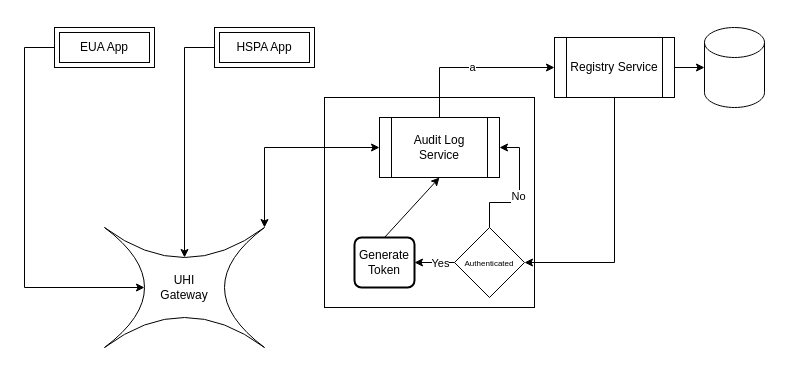
Earlier version of the draw.io diagram Untitled Diagram.drawio (maddy23285/RomanianCoderExamples). Source tidied: cells renumbered, new cells numbered last; positions are measured from the earlier drawing's top-left corner, leaving out a move shared by most shapes. Both pictures are drawn from the tidied source at 100%, with x=0, y=0 at pixel (24, 27).
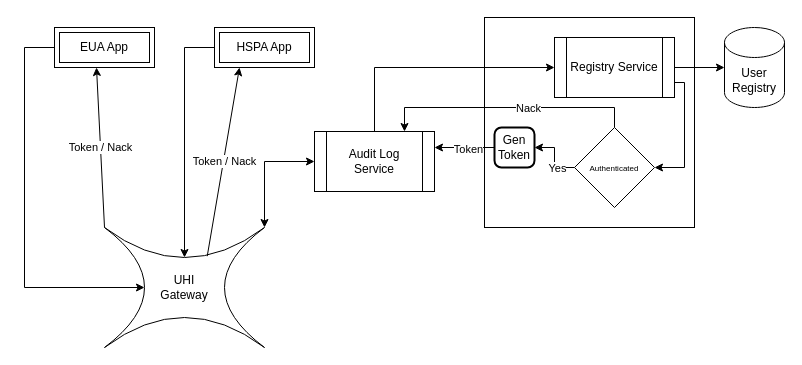
Above is the later version.

The change refers to these unchanged cells:
```xml
<mxCell id="4" value="UHI&lt;br&gt;Gateway" style="shape=switch;whiteSpace=wrap;html=1;" parent="1" vertex="1">
  <mxGeometry x="80" y="200" width="160" height="120" as="geometry" />
</mxCell>
<mxCell id="7" value="HSPA App" style="shape=ext;margin=3;double=1;whiteSpace=wrap;html=1;align=center;" parent="1" vertex="1">
  <mxGeometry x="190" width="100" height="40" as="geometry" />
</mxCell>
<mxCell id="11" value="Registry Service" style="shape=process;whiteSpace=wrap;html=1;backgroundOutline=1;" parent="1" vertex="1">
  <mxGeometry x="530" y="10" width="120" height="60" as="geometry" />
</mxCell>
```

Change to the diagram source:
```diff
@@
     <mxCell id="2" style="whiteSpace=wrap;html=1;" parent="1" vertex="1">
-      <mxGeometry x="300" y="70" width="210" height="210" as="geometry" />
+      <mxGeometry x="460" y="-10" width="210" height="210" as="geometry" />
     </mxCell>
-    <mxCell id="3" style="shape=cylinder3;whiteSpace=wrap;html=1;boundedLbl=1;backgroundOutline=1;size=15;" parent="1" vertex="1">
-      <mxGeometry x="680" width="60" height="80" as="geometry" />
+    <mxCell id="3" value="User Registry" style="shape=cylinder3;whiteSpace=wrap;html=1;boundedLbl=1;backgroundOutline=1;size=15;" parent="1" vertex="1">
+      <mxGeometry x="700" width="60" height="80" as="geometry" />
     </mxCell>
@@
     <mxCell id="5" value="Audit Log Service" style="shape=process;whiteSpace=wrap;html=1;backgroundOutline=1;" parent="1" vertex="1">
-      <mxGeometry x="355" y="90" width="120" height="60" as="geometry" />
+      <mxGeometry x="290" y="104" width="120" height="60" as="geometry" />
     </mxCell>
@@
+    <mxCell id="13" style="edgeStyle=orthogonalEdgeStyle;rounded=0;jettySize=auto;html=1;entryX=1;entryY=0.5;entryDx=0;entryDy=0;exitX=1;exitY=0.75;exitDx=0;exitDy=0;" parent="1" edge="1" source="11" target="16">
+      <mxGeometry relative="1" as="geometry">
+        <Array as="points">
+          <mxPoint x="660" y="55" />
+          <mxPoint x="660" y="140" />
+        </Array>
+      </mxGeometry>
+    </mxCell>
@@
-    <mxCell id="12" value="a" style="endArrow=classic;html=1;rounded=0;exitX=0.5;exitY=0;exitDx=0;exitDy=0;entryX=0;entryY=0.5;entryDx=0;entryDy=0;" parent="1" edge="1" source="5" target="11">
+    <mxCell id="12" style="endArrow=classic;html=1;rounded=0;exitX=0.5;exitY=0;exitDx=0;exitDy=0;entryX=0;entryY=0.5;entryDx=0;entryDy=0;" parent="1" edge="1" source="5" target="11">
       <mxGeometry relative="1" as="geometry">
         <Array as="points">
-          <mxPoint x="415" y="40" />
+          <mxPoint x="350" y="40" />
         </Array>
       </mxGeometry>
     </mxCell>
-    <mxCell id="13" style="endArrow=classic;html=1;rounded=0;entryX=1;entryY=0.5;entryDx=0;entryDy=0;exitX=0.5;exitY=1;exitDx=0;exitDy=0;" parent="1" edge="1" source="11" target="16">
-      <mxGeometry relative="1" as="geometry">
-        <Array as="points">
-          <mxPoint x="590" y="235" />
-        </Array>
-      </mxGeometry>
-    </mxCell>
+    <mxCell id="21" style="endArrow=classic;startArrow=classic;html=1;rounded=0;entryX=0;entryY=0.5;entryDx=0;entryDy=0;" parent="1" edge="1" target="5">
+      <mxGeometry relative="1" as="geometry">
+        <mxPoint x="240" y="200" as="sourcePoint" />
+        <Array as="points">
+          <mxPoint x="240" y="134" />
+        </Array>
+      </mxGeometry>
+    </mxCell>
+    <mxCell id="22" style="edgeStyle=orthogonalEdgeStyle;rounded=0;jettySize=auto;html=1;" parent="1" edge="1" source="16" target="25">
+      <mxGeometry relative="1" as="geometry" />
+    </mxCell>
+    <mxCell id="19" value="Yes" style="edgeLabel;html=1;align=center;verticalAlign=middle;" parent="22" vertex="1">
+      <mxGeometry x="-0.32" y="-2" relative="1" as="geometry" />
+    </mxCell>
+    <mxCell id="16" value="&lt;font style=&quot;font-size: 8px;&quot;&gt;Authenticated&lt;/font&gt;" style="rhombus;whiteSpace=wrap;html=1;" parent="1" vertex="1">
+      <mxGeometry x="550" y="100" width="80" height="80" as="geometry" />
+    </mxCell>
+    <mxCell id="23" style="edgeStyle=orthogonalEdgeStyle;rounded=0;jettySize=auto;html=1;" parent="1" edge="1" source="25" target="5">
+      <mxGeometry relative="1" as="geometry">
+        <Array as="points">
+          <mxPoint x="450" y="120" />
+          <mxPoint x="450" y="120" />
+        </Array>
+      </mxGeometry>
+    </mxCell>
+    <mxCell id="24" value="Token" style="edgeLabel;html=1;align=center;verticalAlign=middle;" parent="23" vertex="1">
+      <mxGeometry x="-0.11" y="1" relative="1" as="geometry" />
+    </mxCell>
+    <mxCell id="25" value="Gen&lt;br&gt;Token" style="rounded=1;whiteSpace=wrap;html=1;absoluteArcSize=1;arcSize=14;strokeWidth=2;" parent="1" vertex="1">
+      <mxGeometry x="470" y="100" width="40" height="40" as="geometry" />
+    </mxCell>
-    <mxCell id="14" style="edgeStyle=orthogonalEdgeStyle;rounded=0;jettySize=auto;html=1;entryX=1;entryY=0.5;entryDx=0;entryDy=0;" parent="1" edge="1" source="16" target="5">
-      <mxGeometry relative="1" as="geometry" />
+    <mxCell id="14" style="endArrow=classic;html=1;rounded=0;entryX=0.75;entryY=0;entryDx=0;entryDy=0;exitX=0.5;exitY=0;exitDx=0;exitDy=0;" parent="1" edge="1" source="16" target="5">
+      <mxGeometry relative="1" as="geometry">
+        <Array as="points">
+          <mxPoint x="590" y="80" />
+          <mxPoint x="380" y="80" />
+        </Array>
+      </mxGeometry>
     </mxCell>
-    <mxCell id="15" value="No" style="edgeLabel;html=1;align=center;verticalAlign=middle;" parent="14" vertex="1">
-      <mxGeometry x="-0.05" y="2" relative="1" as="geometry" />
-    </mxCell>
-    <mxCell id="16" value="&lt;font style=&quot;font-size: 8px;&quot;&gt;Authenticated&lt;/font&gt;" style="rhombus;whiteSpace=wrap;html=1;" parent="1" vertex="1">
-      <mxGeometry x="430" y="200" width="70" height="70" as="geometry" />
-    </mxCell>
-    <mxCell id="17" value="Generate Token" style="rounded=1;whiteSpace=wrap;html=1;absoluteArcSize=1;arcSize=14;strokeWidth=2;" parent="1" vertex="1">
-      <mxGeometry x="330" y="210" width="60" height="50" as="geometry" />
-    </mxCell>
-    <mxCell id="18" style="endArrow=classic;html=1;rounded=0;entryX=1;entryY=0.5;entryDx=0;entryDy=0;" parent="1" edge="1" target="17">
-      <mxGeometry relative="1" as="geometry">
-        <mxPoint x="430" y="235" as="sourcePoint" />
-      </mxGeometry>
-    </mxCell>
-    <mxCell id="19" value="Yes" style="edgeLabel;html=1;align=center;verticalAlign=middle;" parent="18" vertex="1">
-      <mxGeometry x="-0.52" y="-3" relative="1" as="geometry">
-        <mxPoint x="-5" y="3" as="offset" />
-      </mxGeometry>
-    </mxCell>
-    <mxCell id="20" style="endArrow=classic;html=1;rounded=0;entryX=0.5;entryY=1;entryDx=0;entryDy=0;exitX=0.5;exitY=0;exitDx=0;exitDy=0;" parent="1" edge="1" source="17" target="5">
-      <mxGeometry relative="1" as="geometry" />
-    </mxCell>
-    <mxCell id="21" style="endArrow=classic;startArrow=classic;html=1;rounded=0;entryX=0;entryY=0.5;entryDx=0;entryDy=0;" parent="1" edge="1" target="5">
-      <mxGeometry relative="1" as="geometry">
-        <mxPoint x="240" y="200" as="sourcePoint" />
-        <Array as="points">
-          <mxPoint x="240" y="120" />
-        </Array>
-      </mxGeometry>
-    </mxCell>
+    <mxCell id="26" value="Nack" style="edgeLabel;html=1;align=center;verticalAlign=middle;" parent="14" vertex="1">
+      <mxGeometry x="-0.16" relative="1" as="geometry" />
+    </mxCell>
+    <mxCell id="27" style="endArrow=classic;html=1;rounded=0;entryX=0.25;entryY=1;entryDx=0;entryDy=0;exitX=0.642;exitY=0.239;exitDx=0;exitDy=0;exitPerimeter=0;" parent="1" edge="1" source="4" target="7">
+      <mxGeometry relative="1" as="geometry" />
+    </mxCell>
+    <mxCell id="28" value="Token / Nack" style="edgeLabel;html=1;align=center;verticalAlign=middle;" parent="27" vertex="1">
+      <mxGeometry x="0.01" relative="1" as="geometry" />
+    </mxCell>
+    <mxCell id="29" style="endArrow=classic;html=1;rounded=0;entryX=0.25;entryY=1;entryDx=0;entryDy=0;exitX=0;exitY=0;exitDx=0;exitDy=0;exitPerimeter=0;" parent="1" edge="1" source="4">
+      <mxGeometry relative="1" as="geometry">
+        <mxPoint x="72" y="40" as="targetPoint" />
+      </mxGeometry>
+    </mxCell>
+    <mxCell id="30" value="Token / Nack" style="edgeLabel;html=1;align=center;verticalAlign=middle;" parent="29" vertex="1">
+      <mxGeometry x="0.01" relative="1" as="geometry" />
+    </mxCell>
```
